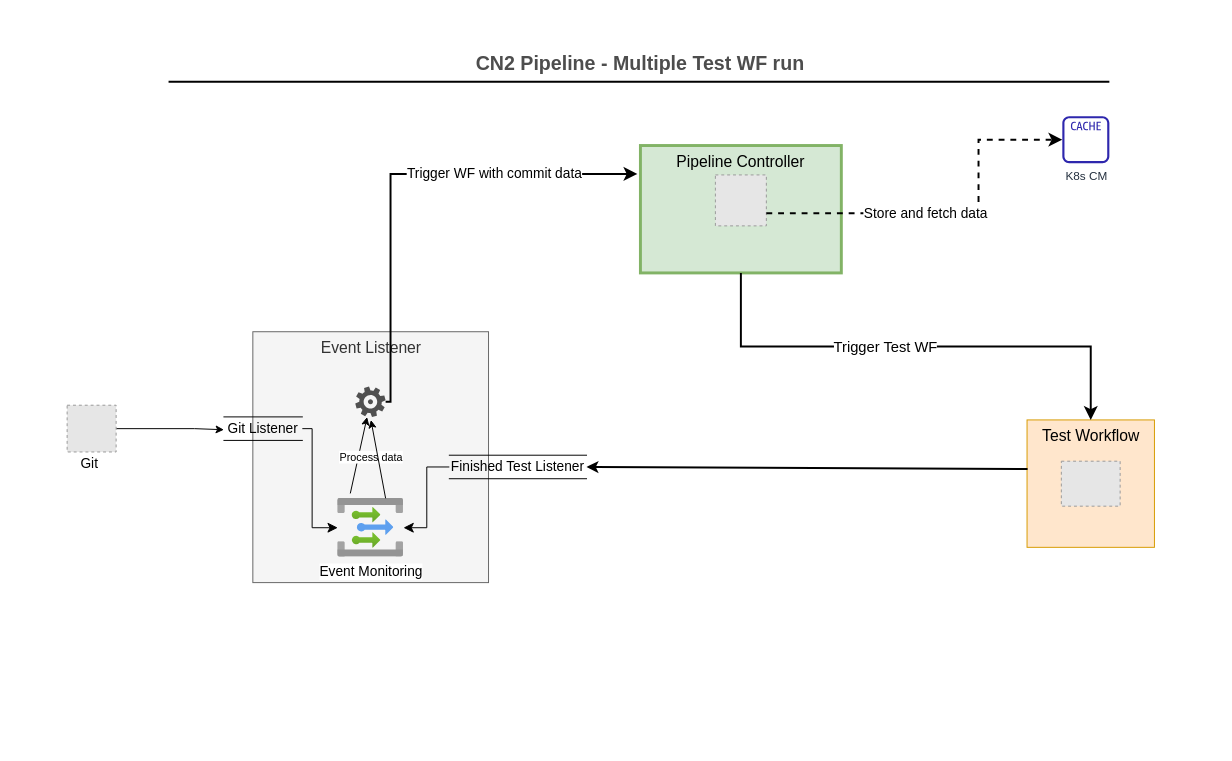
This is files/Untitled Diagram.drawio from roshpr/mydiagrams, a draw.io file, before an edit. Source tidied: cells renumbered, new cells numbered last; positions are measured from the earlier drawing's top-left corner, leaving out a move shared by most shapes. Both pictures are drawn from the tidied source at 98%, with x=0, y=0 at pixel (60, 47). Pictures stored in the file or linked from it are replaced by grey dashed boxes.
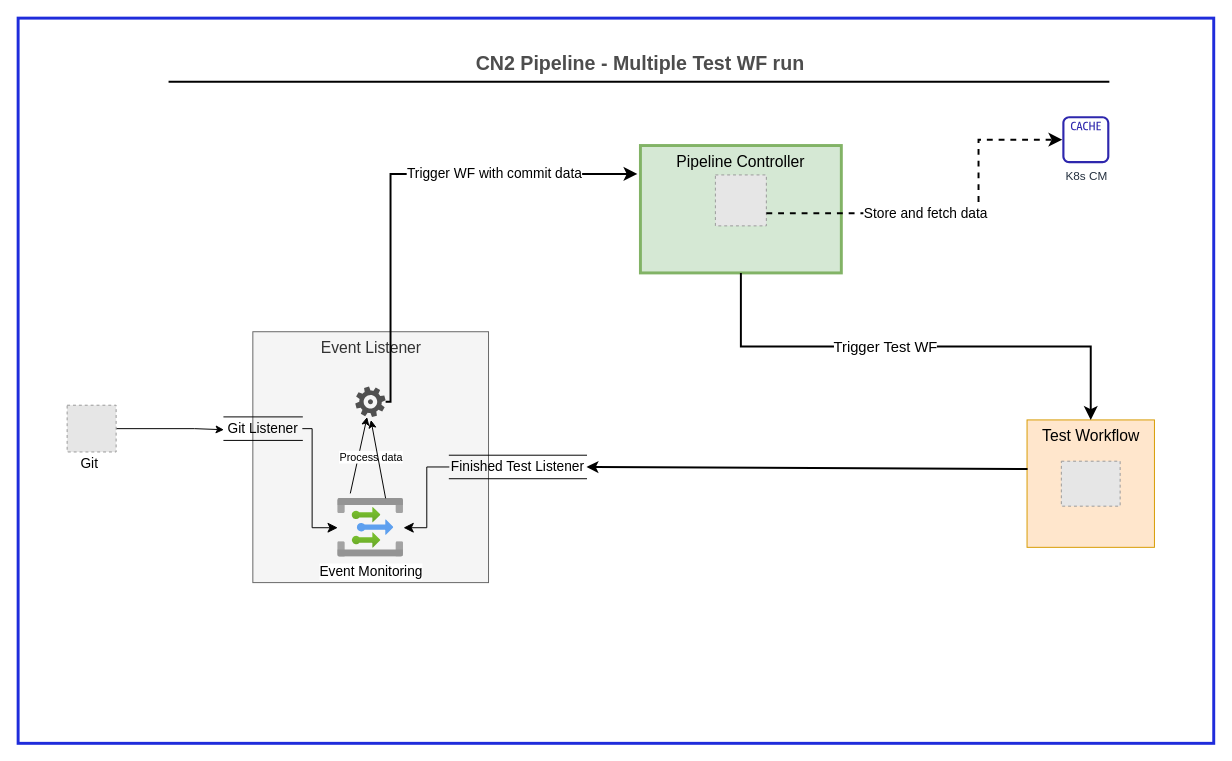
Above is the later version.

What changed in the source:
```diff
@@
+    <mxCell id="29" style="fillColor=none;strokeColor=#1f2cdb;verticalAlign=top;fontStyle=0;fontColor=#DD3522;whiteSpace=wrap;html=1;strokeWidth=3;" parent="1" vertex="1">
+      <mxGeometry x="-43" y="-30" width="1220" height="740" as="geometry" />
+    </mxCell>
```
